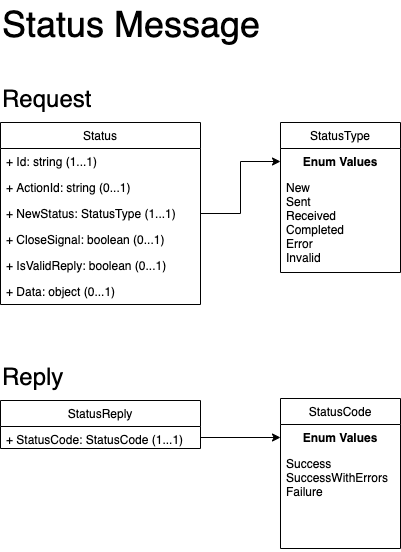
Before: diagrams/Class Diagram - Status Message.png, a diagram exported from draw.io (SynapseProject/Syntinel.Design). Source tidied: cells renumbered, new cells last; positions are measured from the earlier drawing's top-left corner, leaving out a move shared by most shapes.
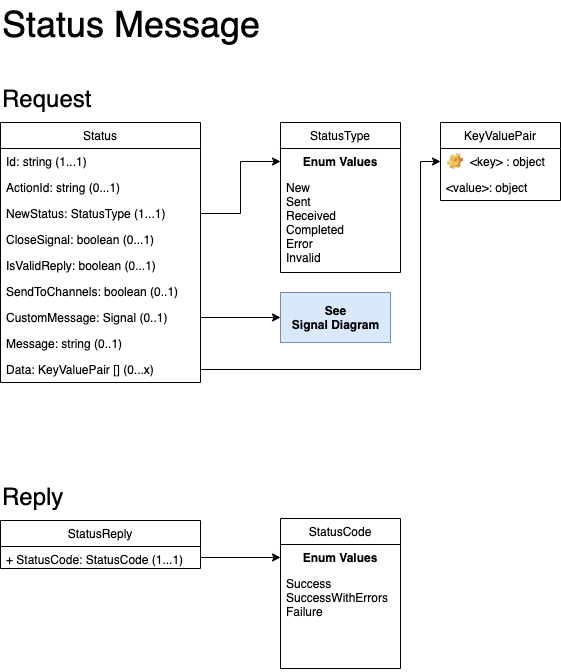
Above is the later version.

Commit message:
Updated Class Diagrams

The edit, as a diff of the source:
```diff
@@ -3,25 +3,34 @@
     <mxCell id="0" />
     <mxCell id="1" parent="0" />
     <mxCell id="2" value="Status" style="swimlane;fontStyle=0;horizontal=1;startSize=26;fillColor=none;" parent="1" vertex="1">
-      <mxGeometry y="122" width="200" height="182" as="geometry" />
+      <mxGeometry y="122" width="200" height="260" as="geometry" />
     </mxCell>
-    <mxCell id="3" value="+ Id: string (1...1)" style="text;strokeColor=none;fillColor=none;align=left;verticalAlign=top;spacingLeft=4;spacingRight=4;overflow=hidden;" parent="2" vertex="1">
+    <mxCell id="3" value="Id: string (1...1)" style="text;strokeColor=none;fillColor=none;align=left;verticalAlign=top;spacingLeft=4;spacingRight=4;overflow=hidden;" parent="2" vertex="1">
       <mxGeometry y="26" width="200" height="26" as="geometry" />
     </mxCell>
-    <mxCell id="4" value="+ ActionId: string (0...1)" style="text;strokeColor=none;fillColor=none;align=left;verticalAlign=top;spacingLeft=4;spacingRight=4;overflow=hidden;" parent="2" vertex="1">
+    <mxCell id="4" value="ActionId: string (0...1)" style="text;strokeColor=none;fillColor=none;align=left;verticalAlign=top;spacingLeft=4;spacingRight=4;overflow=hidden;" parent="2" vertex="1">
       <mxGeometry y="52" width="200" height="26" as="geometry" />
     </mxCell>
-    <mxCell id="5" value="+ NewStatus: StatusType (1...1)" style="text;strokeColor=none;fillColor=none;align=left;verticalAlign=top;spacingLeft=4;spacingRight=4;overflow=hidden;points=[[0,0.5],[1,0.5]];portConstraint=eastwest;" parent="2" vertex="1">
+    <mxCell id="5" value="NewStatus: StatusType (1...1)" style="text;strokeColor=none;fillColor=none;align=left;verticalAlign=top;spacingLeft=4;spacingRight=4;overflow=hidden;points=[[0,0.5],[1,0.5]];portConstraint=eastwest;" parent="2" vertex="1">
       <mxGeometry y="78" width="200" height="26" as="geometry" />
     </mxCell>
-    <mxCell id="6" value="+ CloseSignal: boolean (0...1)" style="text;strokeColor=none;fillColor=none;align=left;verticalAlign=top;spacingLeft=4;spacingRight=4;overflow=hidden;" parent="2" vertex="1">
+    <mxCell id="6" value="CloseSignal: boolean (0...1)" style="text;strokeColor=none;fillColor=none;align=left;verticalAlign=top;spacingLeft=4;spacingRight=4;overflow=hidden;" parent="2" vertex="1">
       <mxGeometry y="104" width="200" height="26" as="geometry" />
     </mxCell>
-    <mxCell id="7" value="+ IsValidReply: boolean (0...1)" style="text;strokeColor=none;fillColor=none;align=left;verticalAlign=top;spacingLeft=4;spacingRight=4;overflow=hidden;" parent="2" vertex="1">
+    <mxCell id="7" value="IsValidReply: boolean (0...1)" style="text;strokeColor=none;fillColor=none;align=left;verticalAlign=top;spacingLeft=4;spacingRight=4;overflow=hidden;" parent="2" vertex="1">
       <mxGeometry y="130" width="200" height="26" as="geometry" />
     </mxCell>
+    <mxCell id="22" value="SendToChannels: boolean (0..1)" style="text;strokeColor=none;fillColor=none;align=left;verticalAlign=top;spacingLeft=4;spacingRight=4;overflow=hidden;" parent="2" vertex="1">
+      <mxGeometry y="156" width="200" height="26" as="geometry" />
+    </mxCell>
+    <mxCell id="23" value="CustomMessage: Signal (0..1)" style="text;strokeColor=none;fillColor=none;align=left;verticalAlign=top;spacingLeft=4;spacingRight=4;overflow=hidden;points=[[0,0.5],[1,0.5]];portConstraint=eastwest;" parent="2" vertex="1">
+      <mxGeometry y="182" width="200" height="26" as="geometry" />
+    </mxCell>
+    <mxCell id="24" value="Message: string (0..1)" style="text;strokeColor=none;fillColor=none;align=left;verticalAlign=top;spacingLeft=4;spacingRight=4;overflow=hidden;" parent="2" vertex="1">
+      <mxGeometry y="208" width="200" height="26" as="geometry" />
+    </mxCell>
-    <mxCell id="8" value="+ Data: object (0...1)" style="text;strokeColor=none;fillColor=none;align=left;verticalAlign=top;spacingLeft=4;spacingRight=4;overflow=hidden;points=[[0,0.5],[1,0.5]];portConstraint=eastwest;" parent="2" vertex="1">
-      <mxGeometry y="156" width="200" height="26" as="geometry" />
+    <mxCell id="8" value="Data: KeyValuePair [] (0...x)" style="text;strokeColor=none;fillColor=none;align=left;verticalAlign=top;spacingLeft=4;spacingRight=4;overflow=hidden;points=[[0,0.5],[1,0.5]];portConstraint=eastwest;" parent="2" vertex="1">
+      <mxGeometry y="234" width="200" height="26" as="geometry" />
     </mxCell>
     <mxCell id="9" value="StatusType" style="swimlane;fontStyle=0;horizontal=1;startSize=26;fillColor=none;" parent="1" vertex="1">
       <mxGeometry x="280" y="122" width="120" height="150" as="geometry" />
@@ -41,17 +50,20 @@
     <mxCell id="14" value="&lt;font style=&quot;font-size: 36px&quot;&gt;Status Message&lt;/font&gt;" style="text;html=1;align=left;verticalAlign=top;spacingTop=-4;" parent="1" vertex="1">
       <mxGeometry width="270" height="20" as="geometry" />
     </mxCell>
+    <mxCell id="17" value="&lt;font style=&quot;font-size: 24px&quot;&gt;Reply&lt;/font&gt;" style="text;html=1;align=left;verticalAlign=top;spacingTop=-4;" parent="1" vertex="1">
+      <mxGeometry y="480" width="80" height="20" as="geometry" />
+    </mxCell>
+    <mxCell id="21" style="edgeStyle=orthogonalEdgeStyle;rounded=0;html=1;exitX=1;exitY=0.5;exitDx=0;exitDy=0;entryX=0;entryY=0.5;entryDx=0;entryDy=0;jettySize=auto;" parent="1" edge="1" source="16" target="19">
+      <mxGeometry relative="1" as="geometry" />
+    </mxCell>
     <mxCell id="15" value="StatusReply" style="swimlane;fontStyle=0;horizontal=1;startSize=26;fillColor=none;" parent="1" vertex="1">
-      <mxGeometry y="400" width="200" height="48" as="geometry" />
+      <mxGeometry y="520" width="200" height="48" as="geometry" />
     </mxCell>
     <mxCell id="16" value="+ StatusCode: StatusCode (1...1)" style="text;strokeColor=none;fillColor=none;align=left;verticalAlign=top;spacingLeft=4;spacingRight=4;overflow=hidden;points=[[0,0.5],[1,0.5]];portConstraint=eastwest;" parent="15" vertex="1">
       <mxGeometry y="26" width="200" height="22" as="geometry" />
     </mxCell>
-    <mxCell id="17" value="&lt;font style=&quot;font-size: 24px&quot;&gt;Reply&lt;/font&gt;" style="text;html=1;align=left;verticalAlign=top;spacingTop=-4;" parent="1" vertex="1">
-      <mxGeometry y="360" width="80" height="20" as="geometry" />
-    </mxCell>
     <mxCell id="18" value="StatusCode" style="swimlane;fontStyle=0;horizontal=1;startSize=26;fillColor=none;" parent="1" vertex="1">
-      <mxGeometry x="280" y="398" width="120" height="150" as="geometry" />
+      <mxGeometry x="280" y="518" width="120" height="150" as="geometry" />
     </mxCell>
     <mxCell id="19" value="Enum Values" style="text;align=center;fontStyle=1;verticalAlign=middle;spacingLeft=3;spacingRight=3;strokeColor=none;points=[[0,0.5],[1,0.5]];portConstraint=eastwest;" parent="18" vertex="1">
       <mxGeometry y="26" width="120" height="26" as="geometry" />
@@ -59,8 +71,28 @@
     <mxCell id="20" value="Success&#10;SuccessWithErrors&#10;Failure&#10;" style="text;strokeColor=none;fillColor=none;align=left;verticalAlign=top;spacingLeft=4;spacingRight=4;overflow=hidden;" parent="18" vertex="1">
       <mxGeometry y="52" width="120" height="98" as="geometry" />
     </mxCell>
-    <mxCell id="21" style="edgeStyle=orthogonalEdgeStyle;rounded=0;html=1;exitX=1;exitY=0.5;exitDx=0;exitDy=0;entryX=0;entryY=0.5;entryDx=0;entryDy=0;jettySize=auto;" parent="1" edge="1" source="16" target="19">
-      <mxGeometry relative="1" as="geometry" />
-    </mxCell>
+    <mxCell id="25" value="&lt;b&gt;See&lt;br&gt;Signal Diagram&lt;br&gt;&lt;/b&gt;" style="html=1;fillColor=#dae8fc;strokeColor=#6c8ebf;" parent="1" vertex="1">
+      <mxGeometry x="280" y="292" width="110" height="50" as="geometry" />
+    </mxCell>
+    <mxCell id="26" style="edgeStyle=orthogonalEdgeStyle;rounded=0;jettySize=auto;html=1;exitX=1;exitY=0.5;exitDx=0;exitDy=0;entryX=0;entryY=0.5;entryDx=0;entryDy=0;" parent="1" edge="1" source="23" target="25">
+      <mxGeometry relative="1" as="geometry" />
+    </mxCell>
+    <mxCell id="27" style="edgeStyle=orthogonalEdgeStyle;rounded=0;jettySize=auto;html=1;exitX=1;exitY=0.5;exitDx=0;exitDy=0;entryX=0;entryY=0.5;entryDx=0;entryDy=0;" parent="1" edge="1" source="8" target="29">
+      <mxGeometry relative="1" as="geometry">
+        <Array as="points">
+          <mxPoint x="420" y="369" />
+          <mxPoint x="420" y="161" />
+        </Array>
+      </mxGeometry>
+    </mxCell>
+    <mxCell id="28" value="KeyValuePair" style="swimlane;fontStyle=0;horizontal=1;startSize=26;fillColor=none;" parent="1" vertex="1">
+      <mxGeometry x="440" y="122" width="120" height="78" as="geometry" />
+    </mxCell>
+    <mxCell id="29" value="&lt;key&gt; : object" style="label;fontStyle=0;strokeColor=none;fillColor=none;align=left;verticalAlign=top;overflow=hidden;spacingLeft=28;spacingRight=4;points=[[0,0.5],[1,0.5]];portConstraint=eastwest;imageWidth=16;imageHeight=16;image=img/clipart/Gear_128x128.png;" parent="28" vertex="1">
+      <mxGeometry y="26" width="120" height="26" as="geometry" />
+    </mxCell>
+    <mxCell id="30" value="&lt;value&gt;: object" style="text;strokeColor=none;fillColor=none;align=left;verticalAlign=top;spacingLeft=4;spacingRight=4;overflow=hidden;" parent="28" vertex="1">
+      <mxGeometry y="52" width="120" height="26" as="geometry" />
+    </mxCell>
   </root>
 </mxGraphModel>
```
